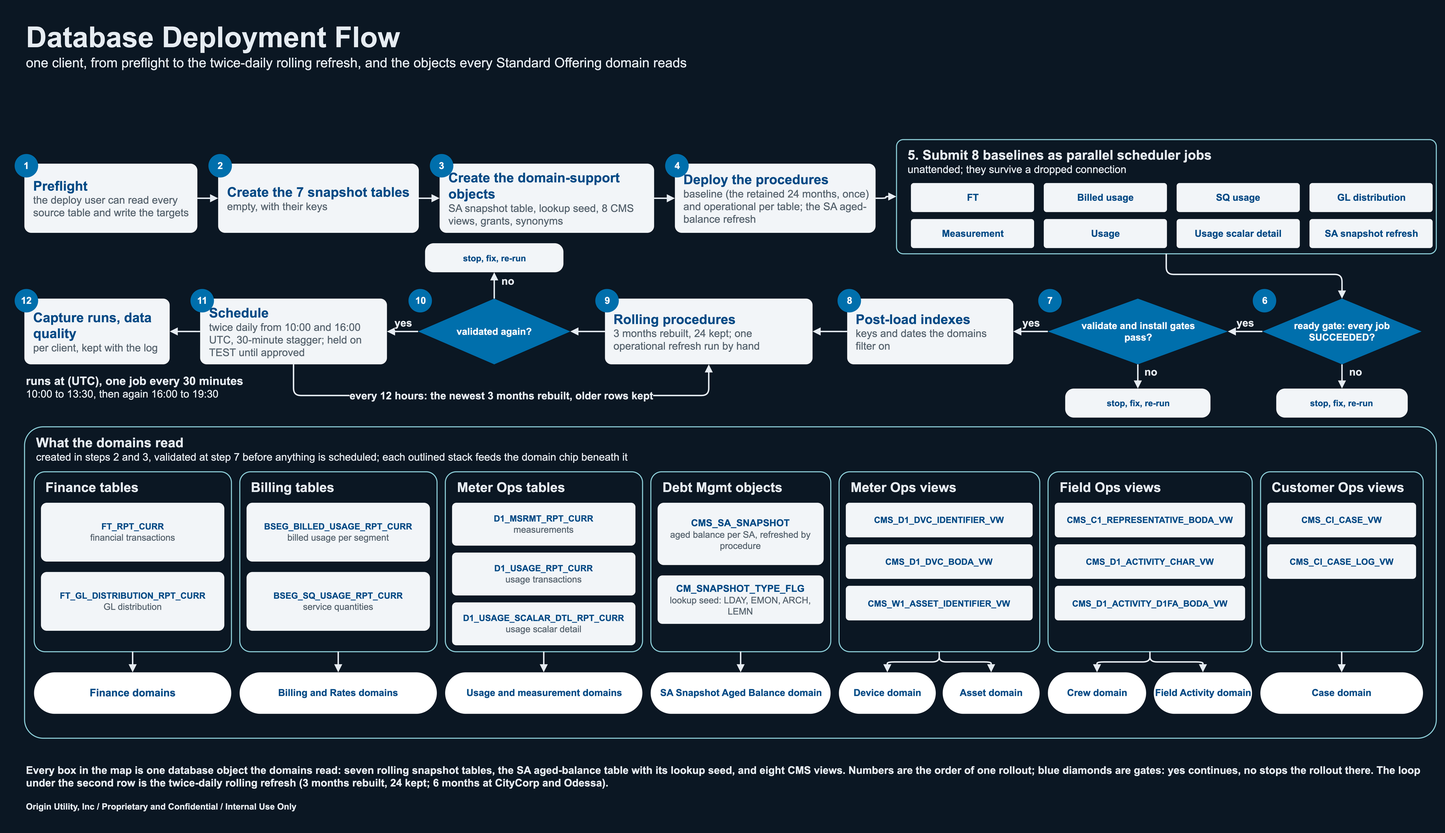
This is jaspersoft/docs/deployment_deck/visuals/database_deployment_flow.drawio.png from chasepowers59/OriginBA, a draw.io export, as it was before one commit. Source tidied: cells renumbered, new cells last; positions are measured from the earlier drawing's top-left corner, leaving out a move shared by most shapes.
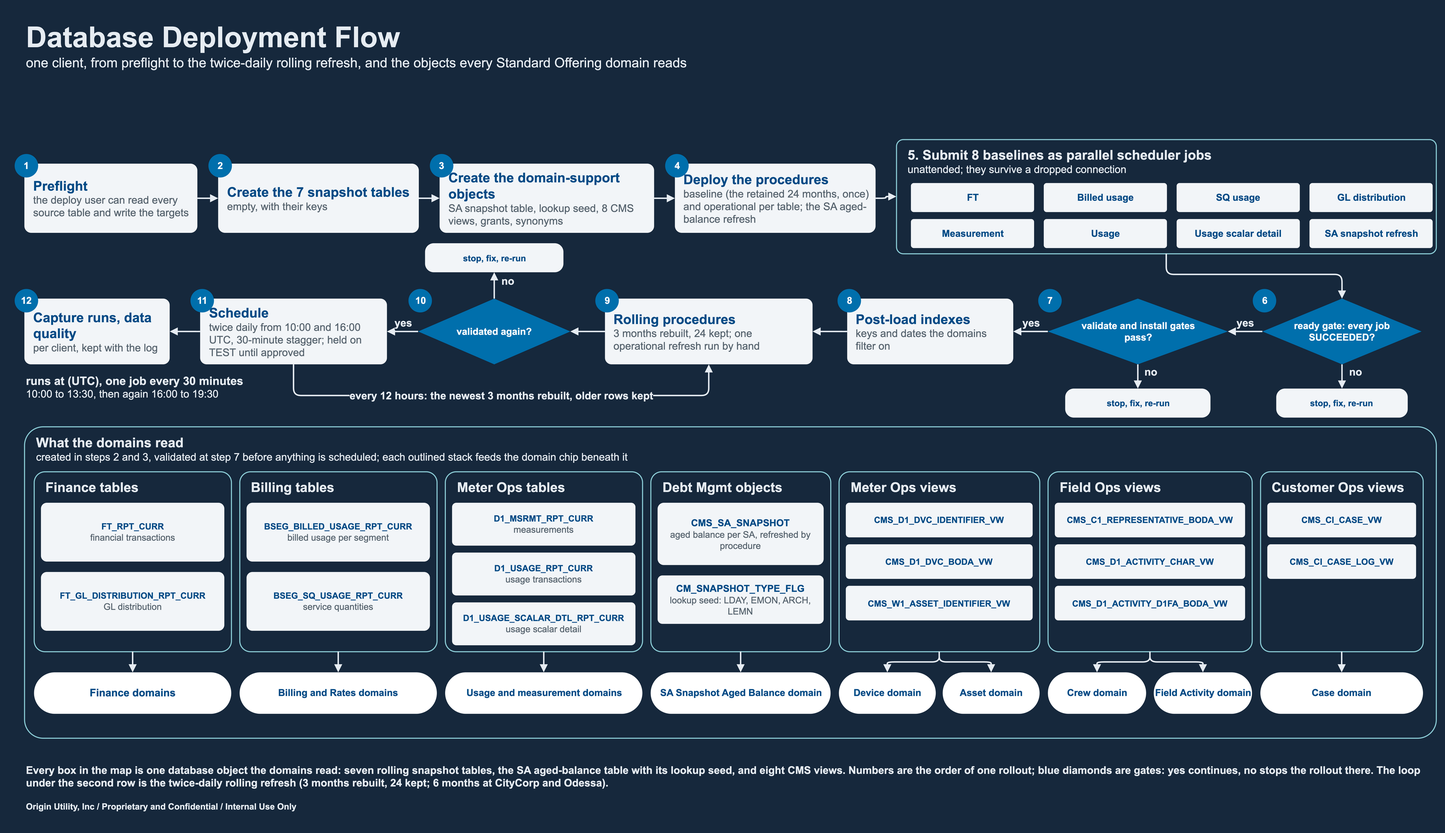
Later version of the same file.

Diff of the diagram source:
```diff
@@ -1,4 +1,4 @@
-<mxGraphModel background="#0B1723">
+<mxGraphModel background="#16283C">
   <root>
     <mxCell id="0" />
     <mxCell id="1" parent="0" />
@@ -209,19 +209,19 @@
     <mxCell id="70" value="Case domain" style="html=1;whiteSpace=wrap;fontFamily=Arial;rounded=1;arcSize=50;fillColor=#FFFFFF;strokeColor=none;fontColor=#004B86;fontStyle=1;fontSize=13.3;" parent="2" vertex="1">
       <mxGeometry x="1714.6" y="340.8" width="225.6" height="57.6" as="geometry" />
     </mxCell>
-    <mxCell id="71" style="html=1;whiteSpace=nowrap;fontFamily=Arial;edgeStyle=orthogonalEdgeStyle;rounded=1;strokeColor=#E6ECF2;strokeWidth=2;endArrow=block;endFill=1;fontColor=#E6ECF2;fontSize=14.6;fontStyle=1;labelBackgroundColor=#0B1723;" parent="1" edge="1" source="11" target="13">
+    <mxCell id="71" style="html=1;whiteSpace=nowrap;fontFamily=Arial;edgeStyle=orthogonalEdgeStyle;rounded=1;strokeColor=#E6ECF2;strokeWidth=2;endArrow=block;endFill=1;fontColor=#E6ECF2;fontSize=14.6;fontStyle=1;labelBackgroundColor=#16283C;" parent="1" edge="1" source="11" target="13">
       <mxGeometry relative="1" as="geometry" />
     </mxCell>
-    <mxCell id="72" style="html=1;whiteSpace=nowrap;fontFamily=Arial;edgeStyle=orthogonalEdgeStyle;rounded=1;strokeColor=#E6ECF2;strokeWidth=2;endArrow=block;endFill=1;fontColor=#E6ECF2;fontSize=14.6;fontStyle=1;labelBackgroundColor=#0B1723;" parent="1" edge="1" source="13" target="15">
+    <mxCell id="72" style="html=1;whiteSpace=nowrap;fontFamily=Arial;edgeStyle=orthogonalEdgeStyle;rounded=1;strokeColor=#E6ECF2;strokeWidth=2;endArrow=block;endFill=1;fontColor=#E6ECF2;fontSize=14.6;fontStyle=1;labelBackgroundColor=#16283C;" parent="1" edge="1" source="13" target="15">
       <mxGeometry relative="1" as="geometry" />
     </mxCell>
-    <mxCell id="73" style="html=1;whiteSpace=nowrap;fontFamily=Arial;edgeStyle=orthogonalEdgeStyle;rounded=1;strokeColor=#E6ECF2;strokeWidth=2;endArrow=block;endFill=1;fontColor=#E6ECF2;fontSize=14.6;fontStyle=1;labelBackgroundColor=#0B1723;" parent="1" edge="1" source="15" target="17">
+    <mxCell id="73" style="html=1;whiteSpace=nowrap;fontFamily=Arial;edgeStyle=orthogonalEdgeStyle;rounded=1;strokeColor=#E6ECF2;strokeWidth=2;endArrow=block;endFill=1;fontColor=#E6ECF2;fontSize=14.6;fontStyle=1;labelBackgroundColor=#16283C;" parent="1" edge="1" source="15" target="17">
       <mxGeometry relative="1" as="geometry" />
     </mxCell>
-    <mxCell id="74" style="html=1;whiteSpace=nowrap;fontFamily=Arial;edgeStyle=orthogonalEdgeStyle;rounded=1;strokeColor=#E6ECF2;strokeWidth=2;endArrow=block;endFill=1;fontColor=#E6ECF2;fontSize=14.6;fontStyle=1;labelBackgroundColor=#0B1723;" parent="1" edge="1" source="17" target="3">
+    <mxCell id="74" style="html=1;whiteSpace=nowrap;fontFamily=Arial;edgeStyle=orthogonalEdgeStyle;rounded=1;strokeColor=#E6ECF2;strokeWidth=2;endArrow=block;endFill=1;fontColor=#E6ECF2;fontSize=14.6;fontStyle=1;labelBackgroundColor=#16283C;" parent="1" edge="1" source="17" target="3">
       <mxGeometry relative="1" as="geometry" />
     </mxCell>
-    <mxCell id="75" style="html=1;whiteSpace=nowrap;fontFamily=Arial;edgeStyle=orthogonalEdgeStyle;rounded=1;strokeColor=#E6ECF2;strokeWidth=2;endArrow=block;endFill=1;fontColor=#E6ECF2;fontSize=14.6;fontStyle=1;labelBackgroundColor=#0B1723;exitX=0.5;exitY=1;exitDx=0;exitDy=0;entryX=0.5;entryY=0;entryDx=0;entryDy=0;" parent="1" edge="1" source="3" target="27">
+    <mxCell id="75" style="html=1;whiteSpace=nowrap;fontFamily=Arial;edgeStyle=orthogonalEdgeStyle;rounded=1;strokeColor=#E6ECF2;strokeWidth=2;endArrow=block;endFill=1;fontColor=#E6ECF2;fontSize=14.6;fontStyle=1;labelBackgroundColor=#16283C;exitX=0.5;exitY=1;exitDx=0;exitDy=0;entryX=0.5;entryY=0;entryDx=0;entryDy=0;" parent="1" edge="1" source="3" target="27">
       <mxGeometry relative="1" as="geometry">
         <Array as="points">
           <mxPoint x="1597.8" y="359.6" />
@@ -229,46 +229,46 @@
         </Array>
       </mxGeometry>
     </mxCell>
-    <mxCell id="76" value="no" style="html=1;whiteSpace=nowrap;fontFamily=Arial;edgeStyle=orthogonalEdgeStyle;rounded=1;strokeColor=#E6ECF2;strokeWidth=2;endArrow=block;endFill=1;fontColor=#E6ECF2;fontSize=14.6;fontStyle=1;labelBackgroundColor=#0B1723;" parent="1" edge="1" source="27" target="29">
+    <mxCell id="76" value="no" style="html=1;whiteSpace=nowrap;fontFamily=Arial;edgeStyle=orthogonalEdgeStyle;rounded=1;strokeColor=#E6ECF2;strokeWidth=2;endArrow=block;endFill=1;fontColor=#E6ECF2;fontSize=14.6;fontStyle=1;labelBackgroundColor=#16283C;" parent="1" edge="1" source="27" target="29">
       <mxGeometry relative="1" as="geometry">
         <mxPoint x="18" y="-6" as="offset" />
       </mxGeometry>
     </mxCell>
-    <mxCell id="77" value="yes" style="html=1;whiteSpace=nowrap;fontFamily=Arial;edgeStyle=orthogonalEdgeStyle;rounded=1;strokeColor=#E6ECF2;strokeWidth=2;endArrow=block;endFill=1;fontColor=#E6ECF2;fontSize=14.6;fontStyle=1;labelBackgroundColor=#0B1723;" parent="1" edge="1" source="27" target="30">
+    <mxCell id="77" value="yes" style="html=1;whiteSpace=nowrap;fontFamily=Arial;edgeStyle=orthogonalEdgeStyle;rounded=1;strokeColor=#E6ECF2;strokeWidth=2;endArrow=block;endFill=1;fontColor=#E6ECF2;fontSize=14.6;fontStyle=1;labelBackgroundColor=#16283C;" parent="1" edge="1" source="27" target="30">
       <mxGeometry relative="1" as="geometry">
         <mxPoint y="-12" as="offset" />
       </mxGeometry>
     </mxCell>
-    <mxCell id="78" value="no" style="html=1;whiteSpace=nowrap;fontFamily=Arial;edgeStyle=orthogonalEdgeStyle;rounded=1;strokeColor=#E6ECF2;strokeWidth=2;endArrow=block;endFill=1;fontColor=#E6ECF2;fontSize=14.6;fontStyle=1;labelBackgroundColor=#0B1723;" parent="1" edge="1" source="30" target="32">
+    <mxCell id="78" value="no" style="html=1;whiteSpace=nowrap;fontFamily=Arial;edgeStyle=orthogonalEdgeStyle;rounded=1;strokeColor=#E6ECF2;strokeWidth=2;endArrow=block;endFill=1;fontColor=#E6ECF2;fontSize=14.6;fontStyle=1;labelBackgroundColor=#16283C;" parent="1" edge="1" source="30" target="32">
       <mxGeometry relative="1" as="geometry">
         <mxPoint x="18" y="-6" as="offset" />
       </mxGeometry>
     </mxCell>
-    <mxCell id="79" value="yes" style="html=1;whiteSpace=nowrap;fontFamily=Arial;edgeStyle=orthogonalEdgeStyle;rounded=1;strokeColor=#E6ECF2;strokeWidth=2;endArrow=block;endFill=1;fontColor=#E6ECF2;fontSize=14.6;fontStyle=1;labelBackgroundColor=#0B1723;" parent="1" edge="1" source="30" target="33">
+    <mxCell id="79" value="yes" style="html=1;whiteSpace=nowrap;fontFamily=Arial;edgeStyle=orthogonalEdgeStyle;rounded=1;strokeColor=#E6ECF2;strokeWidth=2;endArrow=block;endFill=1;fontColor=#E6ECF2;fontSize=14.6;fontStyle=1;labelBackgroundColor=#16283C;" parent="1" edge="1" source="30" target="33">
       <mxGeometry relative="1" as="geometry">
         <mxPoint y="-12" as="offset" />
       </mxGeometry>
     </mxCell>
-    <mxCell id="80" style="html=1;whiteSpace=nowrap;fontFamily=Arial;edgeStyle=orthogonalEdgeStyle;rounded=1;strokeColor=#E6ECF2;strokeWidth=2;endArrow=block;endFill=1;fontColor=#E6ECF2;fontSize=14.6;fontStyle=1;labelBackgroundColor=#0B1723;" parent="1" edge="1" source="33" target="35">
+    <mxCell id="80" style="html=1;whiteSpace=nowrap;fontFamily=Arial;edgeStyle=orthogonalEdgeStyle;rounded=1;strokeColor=#E6ECF2;strokeWidth=2;endArrow=block;endFill=1;fontColor=#E6ECF2;fontSize=14.6;fontStyle=1;labelBackgroundColor=#16283C;" parent="1" edge="1" source="33" target="35">
       <mxGeometry relative="1" as="geometry" />
     </mxCell>
-    <mxCell id="81" style="html=1;whiteSpace=nowrap;fontFamily=Arial;edgeStyle=orthogonalEdgeStyle;rounded=1;strokeColor=#E6ECF2;strokeWidth=2;endArrow=block;endFill=1;fontColor=#E6ECF2;fontSize=14.6;fontStyle=1;labelBackgroundColor=#0B1723;" parent="1" edge="1" source="35" target="37">
+    <mxCell id="81" style="html=1;whiteSpace=nowrap;fontFamily=Arial;edgeStyle=orthogonalEdgeStyle;rounded=1;strokeColor=#E6ECF2;strokeWidth=2;endArrow=block;endFill=1;fontColor=#E6ECF2;fontSize=14.6;fontStyle=1;labelBackgroundColor=#16283C;" parent="1" edge="1" source="35" target="37">
       <mxGeometry relative="1" as="geometry" />
     </mxCell>
-    <mxCell id="82" value="no" style="html=1;whiteSpace=nowrap;fontFamily=Arial;edgeStyle=orthogonalEdgeStyle;rounded=1;strokeColor=#E6ECF2;strokeWidth=2;endArrow=block;endFill=1;fontColor=#E6ECF2;fontSize=14.6;fontStyle=1;labelBackgroundColor=#0B1723;" parent="1" edge="1" source="37" target="39">
+    <mxCell id="82" value="no" style="html=1;whiteSpace=nowrap;fontFamily=Arial;edgeStyle=orthogonalEdgeStyle;rounded=1;strokeColor=#E6ECF2;strokeWidth=2;endArrow=block;endFill=1;fontColor=#E6ECF2;fontSize=14.6;fontStyle=1;labelBackgroundColor=#16283C;" parent="1" edge="1" source="37" target="39">
       <mxGeometry relative="1" as="geometry">
         <mxPoint x="18" y="-6" as="offset" />
       </mxGeometry>
     </mxCell>
-    <mxCell id="83" value="yes" style="html=1;whiteSpace=nowrap;fontFamily=Arial;edgeStyle=orthogonalEdgeStyle;rounded=1;strokeColor=#E6ECF2;strokeWidth=2;endArrow=block;endFill=1;fontColor=#E6ECF2;fontSize=14.6;fontStyle=1;labelBackgroundColor=#0B1723;" parent="1" edge="1" source="37" target="40">
+    <mxCell id="83" value="yes" style="html=1;whiteSpace=nowrap;fontFamily=Arial;edgeStyle=orthogonalEdgeStyle;rounded=1;strokeColor=#E6ECF2;strokeWidth=2;endArrow=block;endFill=1;fontColor=#E6ECF2;fontSize=14.6;fontStyle=1;labelBackgroundColor=#16283C;" parent="1" edge="1" source="37" target="40">
       <mxGeometry relative="1" as="geometry">
         <mxPoint y="-12" as="offset" />
       </mxGeometry>
     </mxCell>
-    <mxCell id="84" style="html=1;whiteSpace=nowrap;fontFamily=Arial;edgeStyle=orthogonalEdgeStyle;rounded=1;strokeColor=#E6ECF2;strokeWidth=2;endArrow=block;endFill=1;fontColor=#E6ECF2;fontSize=14.6;fontStyle=1;labelBackgroundColor=#0B1723;" parent="1" edge="1" source="40" target="42">
+    <mxCell id="84" style="html=1;whiteSpace=nowrap;fontFamily=Arial;edgeStyle=orthogonalEdgeStyle;rounded=1;strokeColor=#E6ECF2;strokeWidth=2;endArrow=block;endFill=1;fontColor=#E6ECF2;fontSize=14.6;fontStyle=1;labelBackgroundColor=#16283C;" parent="1" edge="1" source="40" target="42">
       <mxGeometry relative="1" as="geometry" />
     </mxCell>
-    <mxCell id="85" value="every 12 hours: the newest 3 months rebuilt, older rows kept" style="html=1;whiteSpace=nowrap;fontFamily=Arial;edgeStyle=orthogonalEdgeStyle;rounded=1;strokeColor=#E6ECF2;strokeWidth=2;endArrow=block;endFill=1;fontColor=#E6ECF2;fontSize=14.6;fontStyle=1;labelBackgroundColor=#0B1723;exitX=0.5;exitY=1;exitDx=0;exitDy=0;entryX=0.5;entryY=1;entryDx=0;entryDy=0;" parent="1" edge="1" source="40" target="35">
+    <mxCell id="85" value="every 12 hours: the newest 3 months rebuilt, older rows kept" style="html=1;whiteSpace=nowrap;fontFamily=Arial;edgeStyle=orthogonalEdgeStyle;rounded=1;strokeColor=#E6ECF2;strokeWidth=2;endArrow=block;endFill=1;fontColor=#E6ECF2;fontSize=14.6;fontStyle=1;labelBackgroundColor=#16283C;exitX=0.5;exitY=1;exitDx=0;exitDy=0;entryX=0.5;entryY=1;entryDx=0;entryDy=0;" parent="1" edge="1" source="40" target="35">
       <mxGeometry relative="1" as="geometry">
         <Array as="points">
           <mxPoint x="387.2" y="527.6" />
@@ -276,19 +276,19 @@
         </Array>
       </mxGeometry>
     </mxCell>
-    <mxCell id="86" style="html=1;whiteSpace=nowrap;fontFamily=Arial;edgeStyle=orthogonalEdgeStyle;rounded=1;strokeColor=#E6ECF2;strokeWidth=2;endArrow=block;endFill=1;fontColor=#E6ECF2;fontSize=14.6;fontStyle=1;labelBackgroundColor=#0B1723;" parent="2" edge="1" source="6" target="52">
+    <mxCell id="86" style="html=1;whiteSpace=nowrap;fontFamily=Arial;edgeStyle=orthogonalEdgeStyle;rounded=1;strokeColor=#E6ECF2;strokeWidth=2;endArrow=block;endFill=1;fontColor=#E6ECF2;fontSize=14.6;fontStyle=1;labelBackgroundColor=#16283C;" parent="2" edge="1" source="6" target="52">
       <mxGeometry relative="1" as="geometry" />
     </mxCell>
-    <mxCell id="87" style="html=1;whiteSpace=nowrap;fontFamily=Arial;edgeStyle=orthogonalEdgeStyle;rounded=1;strokeColor=#E6ECF2;strokeWidth=2;endArrow=block;endFill=1;fontColor=#E6ECF2;fontSize=14.6;fontStyle=1;labelBackgroundColor=#0B1723;" parent="2" edge="1" source="7" target="53">
+    <mxCell id="87" style="html=1;whiteSpace=nowrap;fontFamily=Arial;edgeStyle=orthogonalEdgeStyle;rounded=1;strokeColor=#E6ECF2;strokeWidth=2;endArrow=block;endFill=1;fontColor=#E6ECF2;fontSize=14.6;fontStyle=1;labelBackgroundColor=#16283C;" parent="2" edge="1" source="7" target="53">
       <mxGeometry relative="1" as="geometry" />
     </mxCell>
-    <mxCell id="88" style="html=1;whiteSpace=nowrap;fontFamily=Arial;edgeStyle=orthogonalEdgeStyle;rounded=1;strokeColor=#E6ECF2;strokeWidth=2;endArrow=block;endFill=1;fontColor=#E6ECF2;fontSize=14.6;fontStyle=1;labelBackgroundColor=#0B1723;" parent="2" edge="1" source="8" target="54">
+    <mxCell id="88" style="html=1;whiteSpace=nowrap;fontFamily=Arial;edgeStyle=orthogonalEdgeStyle;rounded=1;strokeColor=#E6ECF2;strokeWidth=2;endArrow=block;endFill=1;fontColor=#E6ECF2;fontSize=14.6;fontStyle=1;labelBackgroundColor=#16283C;" parent="2" edge="1" source="8" target="54">
       <mxGeometry relative="1" as="geometry" />
     </mxCell>
-    <mxCell id="89" style="html=1;whiteSpace=nowrap;fontFamily=Arial;edgeStyle=orthogonalEdgeStyle;rounded=1;strokeColor=#E6ECF2;strokeWidth=2;endArrow=block;endFill=1;fontColor=#E6ECF2;fontSize=14.6;fontStyle=1;labelBackgroundColor=#0B1723;" parent="2" edge="1" source="9" target="57">
+    <mxCell id="89" style="html=1;whiteSpace=nowrap;fontFamily=Arial;edgeStyle=orthogonalEdgeStyle;rounded=1;strokeColor=#E6ECF2;strokeWidth=2;endArrow=block;endFill=1;fontColor=#E6ECF2;fontSize=14.6;fontStyle=1;labelBackgroundColor=#16283C;" parent="2" edge="1" source="9" target="57">
       <mxGeometry relative="1" as="geometry" />
     </mxCell>
-    <mxCell id="90" style="html=1;whiteSpace=nowrap;fontFamily=Arial;edgeStyle=orthogonalEdgeStyle;rounded=1;strokeColor=#E6ECF2;strokeWidth=2;endArrow=block;endFill=1;fontColor=#E6ECF2;fontSize=14.6;fontStyle=1;labelBackgroundColor=#0B1723;exitX=0.5;exitY=1;exitDx=0;exitDy=0;entryX=0.5;entryY=0;entryDx=0;entryDy=0;" parent="2" edge="1" source="5" target="61">
+    <mxCell id="90" style="html=1;whiteSpace=nowrap;fontFamily=Arial;edgeStyle=orthogonalEdgeStyle;rounded=1;strokeColor=#E6ECF2;strokeWidth=2;endArrow=block;endFill=1;fontColor=#E6ECF2;fontSize=14.6;fontStyle=1;labelBackgroundColor=#16283C;exitX=0.5;exitY=1;exitDx=0;exitDy=0;entryX=0.5;entryY=0;entryDx=0;entryDy=0;" parent="2" edge="1" source="5" target="61">
       <mxGeometry relative="1" as="geometry">
         <Array as="points">
           <mxPoint x="1269.1" y="326.4" />
@@ -296,7 +296,7 @@
         </Array>
       </mxGeometry>
     </mxCell>
-    <mxCell id="91" style="html=1;whiteSpace=nowrap;fontFamily=Arial;edgeStyle=orthogonalEdgeStyle;rounded=1;strokeColor=#E6ECF2;strokeWidth=2;endArrow=block;endFill=1;fontColor=#E6ECF2;fontSize=14.6;fontStyle=1;labelBackgroundColor=#0B1723;exitX=0.5;exitY=1;exitDx=0;exitDy=0;entryX=0.5;entryY=0;entryDx=0;entryDy=0;" parent="2" edge="1" source="5" target="62">
+    <mxCell id="91" style="html=1;whiteSpace=nowrap;fontFamily=Arial;edgeStyle=orthogonalEdgeStyle;rounded=1;strokeColor=#E6ECF2;strokeWidth=2;endArrow=block;endFill=1;fontColor=#E6ECF2;fontSize=14.6;fontStyle=1;labelBackgroundColor=#16283C;exitX=0.5;exitY=1;exitDx=0;exitDy=0;entryX=0.5;entryY=0;entryDx=0;entryDy=0;" parent="2" edge="1" source="5" target="62">
       <mxGeometry relative="1" as="geometry">
         <Array as="points">
           <mxPoint x="1269.1" y="326.4" />
@@ -304,7 +304,7 @@
         </Array>
       </mxGeometry>
     </mxCell>
-    <mxCell id="92" style="html=1;whiteSpace=nowrap;fontFamily=Arial;edgeStyle=orthogonalEdgeStyle;rounded=1;strokeColor=#E6ECF2;strokeWidth=2;endArrow=block;endFill=1;fontColor=#E6ECF2;fontSize=14.6;fontStyle=1;labelBackgroundColor=#0B1723;exitX=0.5;exitY=1;exitDx=0;exitDy=0;entryX=0.5;entryY=0;entryDx=0;entryDy=0;" parent="2" edge="1" source="4" target="66">
+    <mxCell id="92" style="html=1;whiteSpace=nowrap;fontFamily=Arial;edgeStyle=orthogonalEdgeStyle;rounded=1;strokeColor=#E6ECF2;strokeWidth=2;endArrow=block;endFill=1;fontColor=#E6ECF2;fontSize=14.6;fontStyle=1;labelBackgroundColor=#16283C;exitX=0.5;exitY=1;exitDx=0;exitDy=0;entryX=0.5;entryY=0;entryDx=0;entryDy=0;" parent="2" edge="1" source="4" target="66">
       <mxGeometry relative="1" as="geometry">
         <Array as="points">
           <mxPoint x="1561.4" y="326.4" />
@@ -312,7 +312,7 @@
         </Array>
       </mxGeometry>
     </mxCell>
-    <mxCell id="93" style="html=1;whiteSpace=nowrap;fontFamily=Arial;edgeStyle=orthogonalEdgeStyle;rounded=1;strokeColor=#E6ECF2;strokeWidth=2;endArrow=block;endFill=1;fontColor=#E6ECF2;fontSize=14.6;fontStyle=1;labelBackgroundColor=#0B1723;exitX=0.5;exitY=1;exitDx=0;exitDy=0;entryX=0.5;entryY=0;entryDx=0;entryDy=0;" parent="2" edge="1" source="4" target="67">
+    <mxCell id="93" style="html=1;whiteSpace=nowrap;fontFamily=Arial;edgeStyle=orthogonalEdgeStyle;rounded=1;strokeColor=#E6ECF2;strokeWidth=2;endArrow=block;endFill=1;fontColor=#E6ECF2;fontSize=14.6;fontStyle=1;labelBackgroundColor=#16283C;exitX=0.5;exitY=1;exitDx=0;exitDy=0;entryX=0.5;entryY=0;entryDx=0;entryDy=0;" parent="2" edge="1" source="4" target="67">
       <mxGeometry relative="1" as="geometry">
         <Array as="points">
           <mxPoint x="1561.4" y="326.4" />
@@ -320,7 +320,7 @@
         </Array>
       </mxGeometry>
     </mxCell>
-    <mxCell id="94" style="html=1;whiteSpace=nowrap;fontFamily=Arial;edgeStyle=orthogonalEdgeStyle;rounded=1;strokeColor=#E6ECF2;strokeWidth=2;endArrow=block;endFill=1;fontColor=#E6ECF2;fontSize=14.6;fontStyle=1;labelBackgroundColor=#0B1723;" parent="2" edge="1" source="10" target="70">
+    <mxCell id="94" style="html=1;whiteSpace=nowrap;fontFamily=Arial;edgeStyle=orthogonalEdgeStyle;rounded=1;strokeColor=#E6ECF2;strokeWidth=2;endArrow=block;endFill=1;fontColor=#E6ECF2;fontSize=14.6;fontStyle=1;labelBackgroundColor=#16283C;" parent="2" edge="1" source="10" target="70">
       <mxGeometry relative="1" as="geometry" />
     </mxCell>
     <mxCell id="95" value="&lt;b&gt;&lt;font style=&quot;font-size:39.9px&quot;&gt;Database Deployment Flow&lt;/font&gt;&lt;/b&gt;&lt;br&gt;&lt;font style=&quot;font-size:18.6px&quot;&gt;one client, from preflight to the twice-daily rolling refresh, and the objects every Standard Offering domain reads&lt;/font&gt;" style="html=1;whiteSpace=wrap;fontFamily=Arial;text;fillColor=none;strokeColor=none;align=left;verticalAlign=top;fontColor=#E6ECF2;" parent="1" vertex="1">
```
